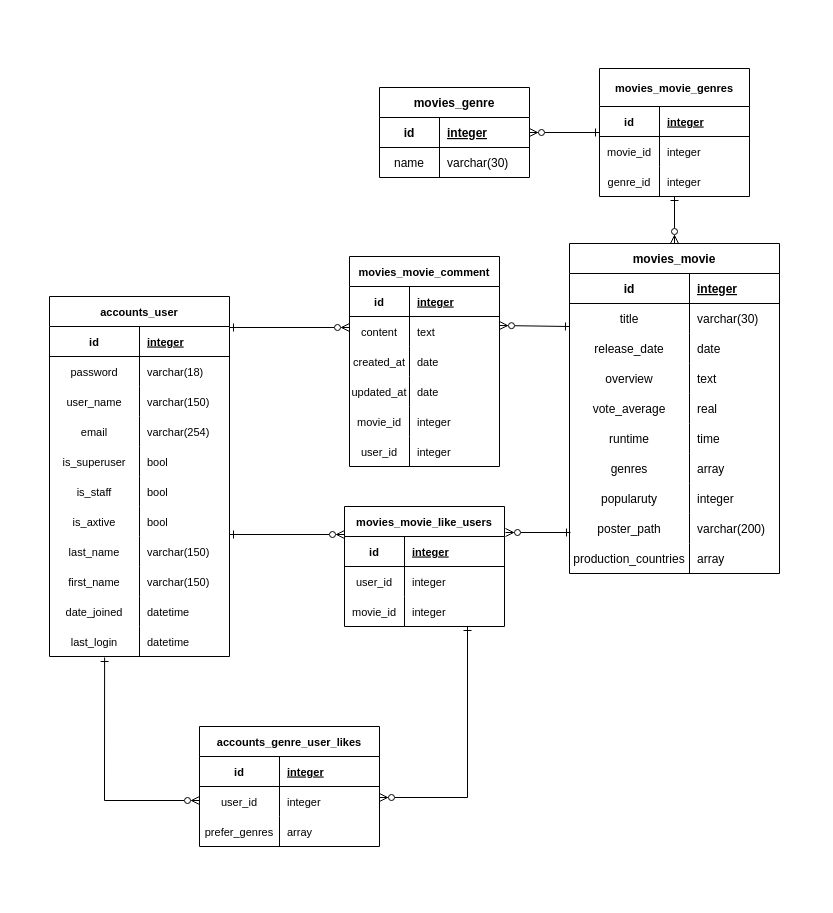
The draw.io diagram 최종.drawio in 2udy/All_of_day, before the edit. Source tidied: cells renumbered, new cells numbered last; positions are measured from the earlier drawing's top-left corner, leaving out a move shared by most shapes. Both pictures are drawn from the tidied source at 100%, with x=0, y=0 at pixel (49, 68).
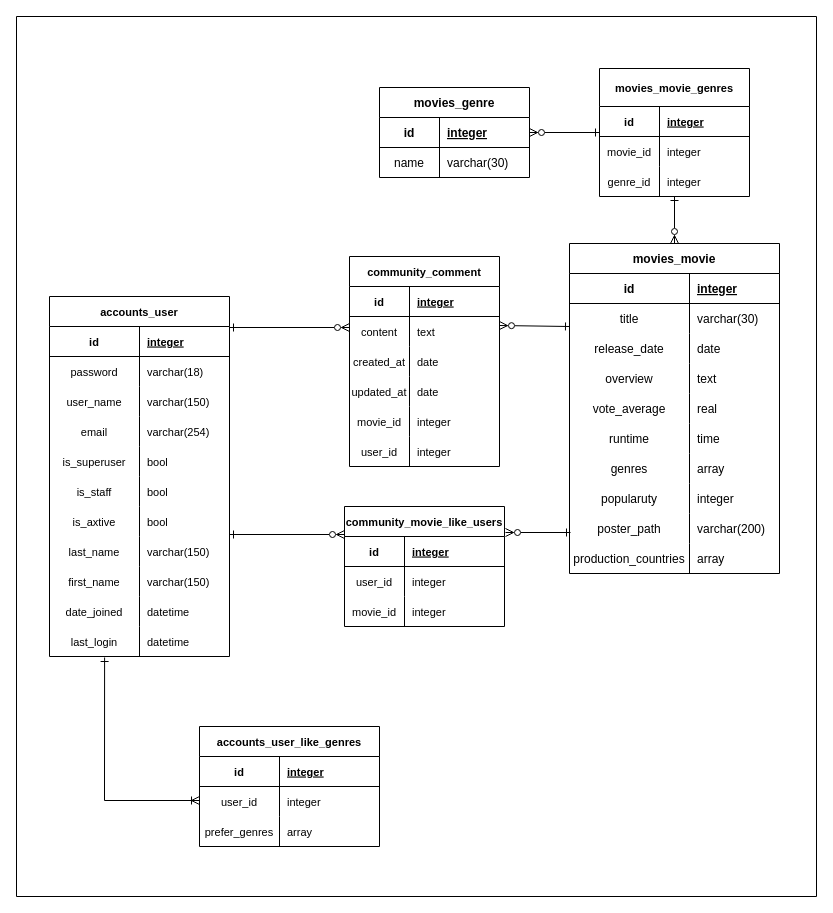
After the change.

Commit message:
최종.drawio 업데이트

Diff of the diagram source:
```diff
@@
-    <mxCell id="42" value="movies_movie_like_users" style="shape=table;startSize=30;childLayout=tableLayout;rowLines=0;fontStyle=1;align=center;strokeColor=#000000;fontFamily=Helvetica;fontSize=11;fontColor=default;" parent="1" vertex="1">
+    <mxCell id="42" value="community_movie_like_users" style="shape=table;startSize=30;childLayout=tableLayout;rowLines=0;fontStyle=1;align=center;strokeColor=#000000;fontFamily=Helvetica;fontSize=11;fontColor=default;" parent="1" vertex="1">
       <mxGeometry x="295" y="438" width="160" height="120" as="geometry" />
     </mxCell>
@@
-    <mxCell id="97" value="movies_movie_comment" style="shape=table;startSize=30;childLayout=tableLayout;rowLines=0;fontStyle=1;align=center;labelBorderColor=none;strokeColor=#000000;fontFamily=Helvetica;fontSize=11;fontColor=default;" parent="1" vertex="1">
+    <mxCell id="97" value="community_comment" style="shape=table;startSize=30;childLayout=tableLayout;rowLines=0;fontStyle=1;align=center;labelBorderColor=none;strokeColor=#000000;fontFamily=Helvetica;fontSize=11;fontColor=default;" parent="1" vertex="1">
       <mxGeometry x="300" y="188" width="150" height="210" as="geometry" />
     </mxCell>
@@
-    <mxCell id="120" value="accounts_genre_user_likes" style="shape=table;startSize=30;childLayout=tableLayout;rowLines=0;fontStyle=1;align=center;labelBorderColor=none;strokeColor=#000000;fontFamily=Helvetica;fontSize=11;fontColor=default;" parent="1" vertex="1">
+    <mxCell id="120" value="accounts_user_like_genres" style="shape=table;startSize=30;childLayout=tableLayout;rowLines=0;fontStyle=1;align=center;labelBorderColor=none;strokeColor=#000000;fontFamily=Helvetica;fontSize=11;fontColor=default;" parent="1" vertex="1">
       <mxGeometry x="150" y="658" width="180" height="120" as="geometry" />
     </mxCell>
@@
-    <mxCell id="130" style="edgeStyle=none;shape=connector;rounded=0;orthogonalLoop=1;jettySize=auto;html=1;exitX=0;exitY=0.5;exitDx=0;exitDy=0;entryX=0.306;entryY=1.067;entryDx=0;entryDy=0;entryPerimeter=0;labelBackgroundColor=default;strokeColor=default;fontFamily=Helvetica;fontSize=11;fontColor=default;startArrow=ERzeroToMany;startFill=0;endArrow=ERone;endFill=0;" parent="1" edge="1">
+    <mxCell id="130" style="edgeStyle=none;shape=connector;rounded=0;orthogonalLoop=1;jettySize=auto;html=1;exitX=0;exitY=0.5;exitDx=0;exitDy=0;entryX=0.306;entryY=1.067;entryDx=0;entryDy=0;entryPerimeter=0;labelBackgroundColor=default;strokeColor=default;fontFamily=Helvetica;fontSize=11;fontColor=default;startArrow=ERoneToMany;startFill=0;endArrow=ERone;endFill=0;" parent="1" edge="1">
       <mxGeometry relative="1" as="geometry">
         <mxPoint x="150" y="732" as="sourcePoint" />
         <mxPoint x="55.1" y="589" as="targetPoint" />
         <Array as="points">
           <mxPoint x="55" y="732" />
         </Array>
       </mxGeometry>
     </mxCell>
-    <mxCell id="131" style="edgeStyle=none;shape=connector;rounded=0;orthogonalLoop=1;jettySize=auto;html=1;exitX=1;exitY=0.5;exitDx=0;exitDy=0;entryX=0.769;entryY=1.133;entryDx=0;entryDy=0;entryPerimeter=0;labelBackgroundColor=default;strokeColor=default;fontFamily=Helvetica;fontSize=11;fontColor=default;startArrow=ERzeroToMany;startFill=0;endArrow=ERone;endFill=0;" parent="1" edge="1">
-      <mxGeometry relative="1" as="geometry">
-        <mxPoint x="330" y="729" as="sourcePoint" />
-        <mxPoint x="418" y="558" as="targetPoint" />
-        <Array as="points">
-          <mxPoint x="418" y="729" />
-        </Array>
-      </mxGeometry>
-    </mxCell>
+    <mxCell id="132" style="verticalLabelPosition=bottom;verticalAlign=top;html=1;shape=mxgraph.basic.rect;fillColor2=none;strokeWidth=1;size=20;indent=5;labelBorderColor=none;strokeColor=#000000;fontFamily=Helvetica;fontSize=11;fontColor=default;fillColor=none;" parent="1" vertex="1">
+      <mxGeometry x="-33" y="-52" width="800" height="880" as="geometry" />
+    </mxCell>
```
